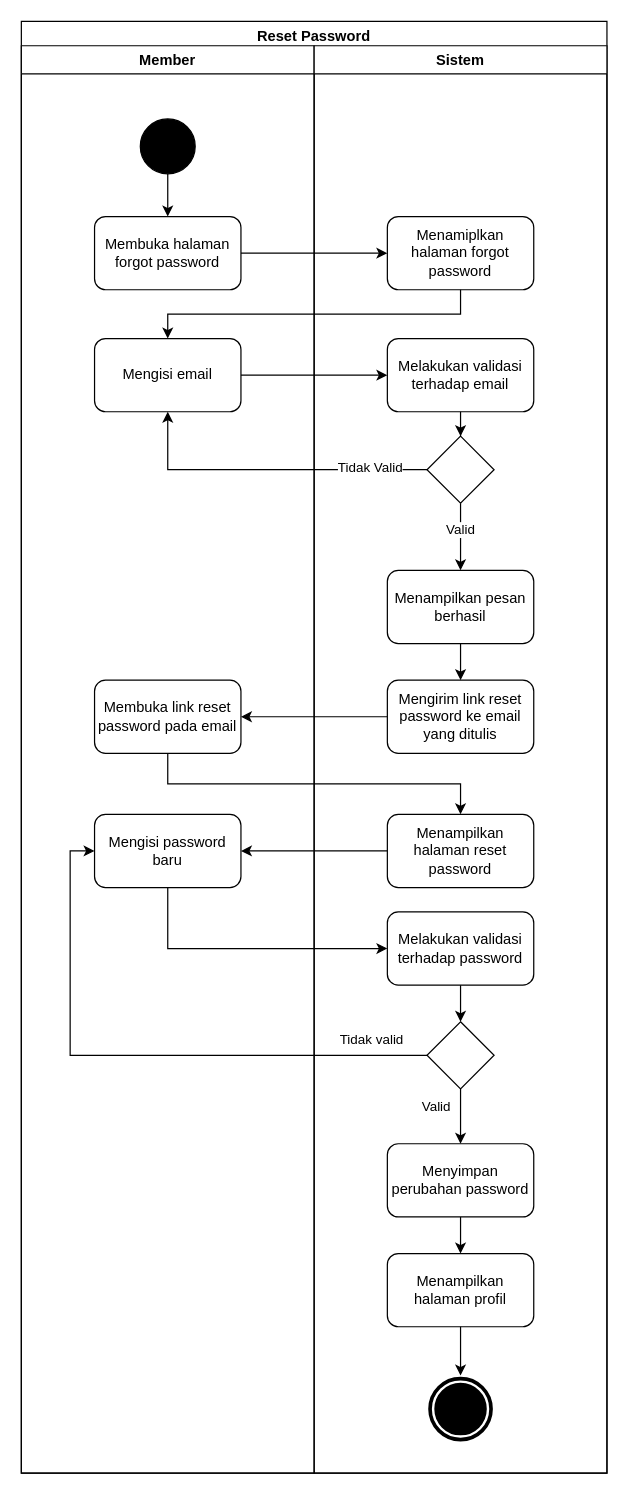
The draw.io diagram Diagram/Activity Diagram/4. reset password.drawio in techie-jhs/thesis, before the edit. Source tidied: cells renumbered, new cells numbered last; positions are measured from the earlier drawing's top-left corner, leaving out a move shared by most shapes. Both pictures are drawn from the tidied source at 122%, with x=0, y=0 at pixel (21, 21).
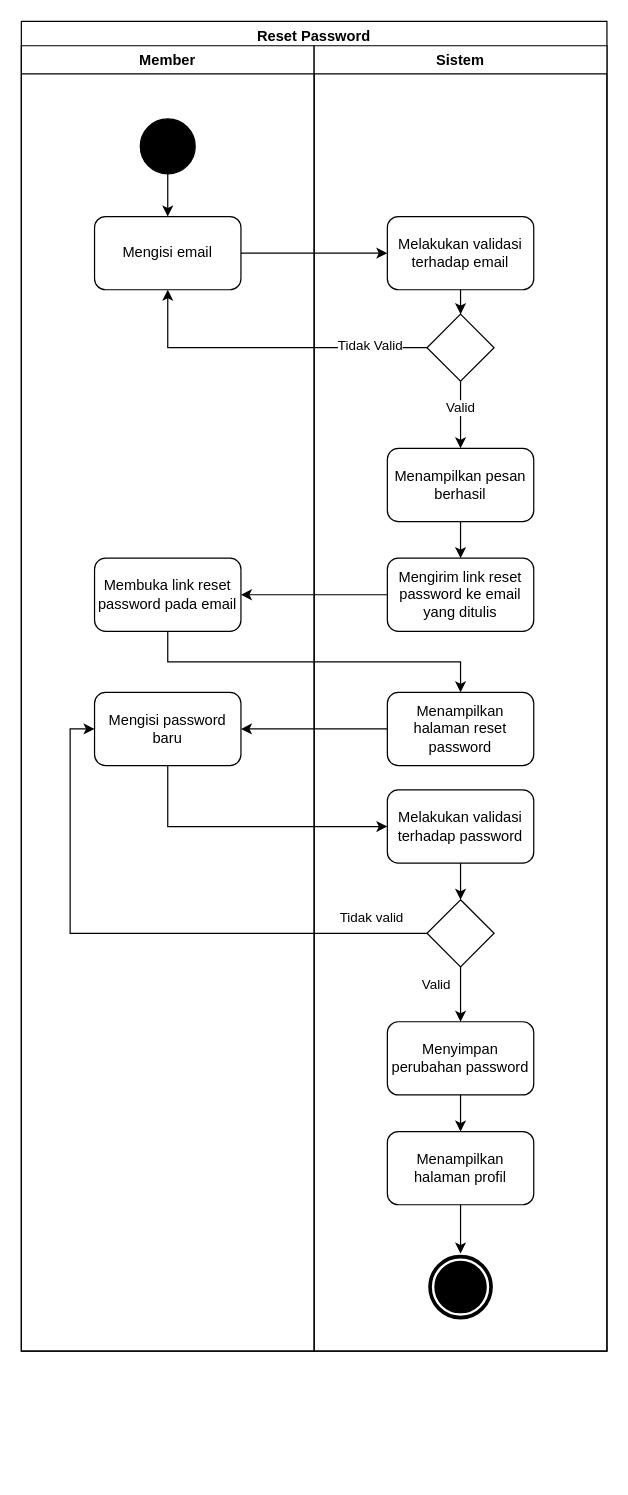
Above is the later version.

The change refers to these unchanged cells:
```xml
<mxCell id="5" style="ellipse;whiteSpace=wrap;html=1;fillColor=#000000;" parent="3" vertex="1">
  <mxGeometry x="97.5" y="60" width="45" height="45" as="geometry" />
</mxCell>
```

What changed in the source:
```diff
@@
     <mxCell id="2" value="Reset Password" style="swimlane;fillColor=none;" parent="1" vertex="1">
-      <mxGeometry width="480" height="1190" as="geometry" />
+      <mxGeometry width="480" height="1090" as="geometry" />
     </mxCell>
     <mxCell id="3" value="Member" style="swimlane;startSize=23;" parent="2" vertex="1">
-      <mxGeometry y="20" width="240" height="1170" as="geometry" />
+      <mxGeometry y="20" width="240" height="1070" as="geometry" />
     </mxCell>
-    <mxCell id="4" style="edgeStyle=orthogonalEdgeStyle;rounded=0;jettySize=auto;html=1;" parent="3" edge="1" source="5" target="6">
-      <mxGeometry relative="1" as="geometry" />
-    </mxCell>
+    <mxCell id="41" style="edgeStyle=orthogonalEdgeStyle;rounded=0;jettySize=auto;html=1;" parent="3" edge="1" source="5" target="9">
+      <mxGeometry relative="1" as="geometry" />
+    </mxCell>
@@
-    <mxCell id="6" value="Membuka halaman forgot password" style="rounded=1;whiteSpace=wrap;html=1;fillColor=none;" parent="3" vertex="1">
-      <mxGeometry x="60" y="140" width="120" height="60" as="geometry" />
-    </mxCell>
     <mxCell id="7" value="Membuka link reset password pada email" style="rounded=1;whiteSpace=wrap;html=1;fillColor=none;" parent="3" vertex="1">
-      <mxGeometry x="60" y="520" width="120" height="60" as="geometry" />
+      <mxGeometry x="60" y="420" width="120" height="60" as="geometry" />
     </mxCell>
     <mxCell id="8" value="Mengisi password baru" style="rounded=1;whiteSpace=wrap;html=1;fillColor=none;" parent="3" vertex="1">
-      <mxGeometry x="60" y="630" width="120" height="60" as="geometry" />
+      <mxGeometry x="60" y="530" width="120" height="60" as="geometry" />
     </mxCell>
     <mxCell id="9" value="Mengisi email" style="rounded=1;whiteSpace=wrap;html=1;fillColor=none;" parent="3" vertex="1">
-      <mxGeometry x="60" y="240" width="120" height="60" as="geometry" />
+      <mxGeometry x="60" y="140" width="120" height="60" as="geometry" />
     </mxCell>
     <mxCell id="10" value="Sistem" style="swimlane;" parent="2" vertex="1">
-      <mxGeometry x="240" y="20" width="240" height="1170" as="geometry" />
+      <mxGeometry x="240" y="20" width="240" height="1070" as="geometry" />
     </mxCell>
@@
     <mxCell id="12" value="Melakukan validasi terhadap email" style="rounded=1;whiteSpace=wrap;html=1;fillColor=none;" parent="10" vertex="1">
-      <mxGeometry x="60" y="240" width="120" height="60" as="geometry" />
+      <mxGeometry x="60" y="140" width="120" height="60" as="geometry" />
     </mxCell>
@@
     <mxCell id="15" style="rhombus;whiteSpace=wrap;html=1;fillColor=none;" parent="10" vertex="1">
-      <mxGeometry x="92.5" y="320" width="55" height="55" as="geometry" />
+      <mxGeometry x="92.5" y="220" width="55" height="55" as="geometry" />
     </mxCell>
     <mxCell id="16" value="Mengirim link reset password ke email yang ditulis" style="rounded=1;whiteSpace=wrap;html=1;fillColor=none;" parent="10" vertex="1">
-      <mxGeometry x="60" y="520" width="120" height="60" as="geometry" />
+      <mxGeometry x="60" y="420" width="120" height="60" as="geometry" />
     </mxCell>
-    <mxCell id="17" value="Menamiplkan halaman forgot password" style="rounded=1;whiteSpace=wrap;html=1;fillColor=none;" parent="10" vertex="1">
-      <mxGeometry x="60" y="140" width="120" height="60" as="geometry" />
-    </mxCell>
     <mxCell id="18" value="Menampilkan halaman reset password" style="rounded=1;whiteSpace=wrap;html=1;fillColor=none;" parent="10" vertex="1">
-      <mxGeometry x="60" y="630" width="120" height="60" as="geometry" />
+      <mxGeometry x="60" y="530" width="120" height="60" as="geometry" />
     </mxCell>
     <mxCell id="19" style="rhombus;whiteSpace=wrap;html=1;fillColor=none;" parent="10" vertex="1">
-      <mxGeometry x="92.5" y="800" width="55" height="55" as="geometry" />
+      <mxGeometry x="92.5" y="700" width="55" height="55" as="geometry" />
     </mxCell>
@@
     <mxCell id="21" value="Menyimpan perubahan password" style="rounded=1;whiteSpace=wrap;html=1;fillColor=none;" parent="10" vertex="1">
-      <mxGeometry x="60" y="900" width="120" height="60" as="geometry" />
+      <mxGeometry x="60" y="800" width="120" height="60" as="geometry" />
     </mxCell>
@@
     <mxCell id="23" value="Tidak valid" style="edgeLabel;html=1;align=center;verticalAlign=middle;" parent="10" vertex="1">
-      <mxGeometry x="46.5" y="814.5" as="geometry" />
+      <mxGeometry x="46.5" y="714.5" as="geometry" />
     </mxCell>
@@
     <mxCell id="25" value="Menampilkan pesan berhasil" style="rounded=1;whiteSpace=wrap;html=1;fillColor=none;" parent="10" vertex="1">
-      <mxGeometry x="60" y="430" width="120" height="60" as="geometry" />
+      <mxGeometry x="60" y="330" width="120" height="60" as="geometry" />
     </mxCell>
     <mxCell id="26" value="Menampilkan halaman profil" style="rounded=1;whiteSpace=wrap;html=1;fillColor=none;" parent="10" vertex="1">
-      <mxGeometry x="60" y="990" width="120" height="60" as="geometry" />
+      <mxGeometry x="60" y="890" width="120" height="60" as="geometry" />
     </mxCell>
@@
     <mxCell id="28" value="Melakukan validasi terhadap password" style="rounded=1;whiteSpace=wrap;html=1;fillColor=none;" parent="10" vertex="1">
-      <mxGeometry x="60" y="710" width="120" height="60" as="geometry" />
+      <mxGeometry x="60" y="610" width="120" height="60" as="geometry" />
     </mxCell>
-    <mxCell id="29" style="edgeStyle=orthogonalEdgeStyle;rounded=0;jettySize=auto;html=1;" parent="2" edge="1" source="6" target="17">
-      <mxGeometry relative="1" as="geometry" />
-    </mxCell>
@@
-    <mxCell id="34" style="edgeStyle=orthogonalEdgeStyle;rounded=0;jettySize=auto;html=1;" parent="2" edge="1" source="17" target="9">
-      <mxGeometry relative="1" as="geometry">
-        <Array as="points">
-          <mxPoint x="360" y="240" />
-          <mxPoint x="120" y="240" />
-        </Array>
-      </mxGeometry>
-    </mxCell>
@@
     <mxCell id="38" style="edgeStyle=orthogonalEdgeStyle;rounded=0;jettySize=auto;html=1;entryX=0;entryY=0.5;entryDx=0;entryDy=0;" parent="2" edge="1" source="8" target="28">
       <mxGeometry relative="1" as="geometry">
         <Array as="points">
-          <mxPoint x="120" y="760" />
+          <mxPoint x="120" y="660" />
         </Array>
       </mxGeometry>
     </mxCell>
     <mxCell id="39" style="ellipse;shape=doubleEllipse;whiteSpace=wrap;html=1;fillColor=#000000;strokeColor=#FFFFFF;strokeWidth=2;" parent="1" vertex="1">
-      <mxGeometry x="332.5" y="1110" width="55" height="55" as="geometry" />
+      <mxGeometry x="332.5" y="1010" width="55" height="55" as="geometry" />
     </mxCell>
```
